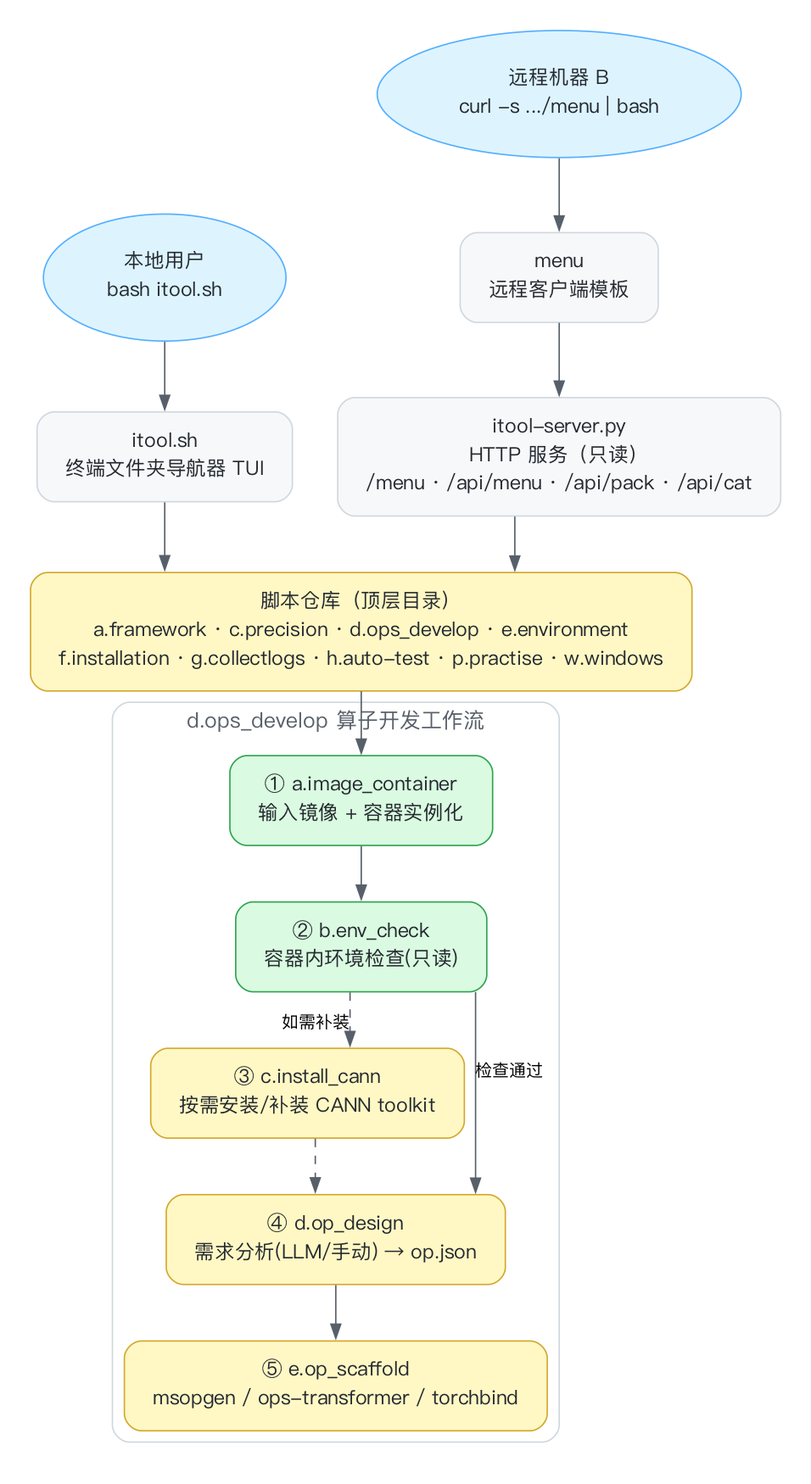
Above: docs/itool-flow.png in qqiushizi/itool (Graphviz), before the change. Its source is kept beside it as docs/itool-flow.dot.
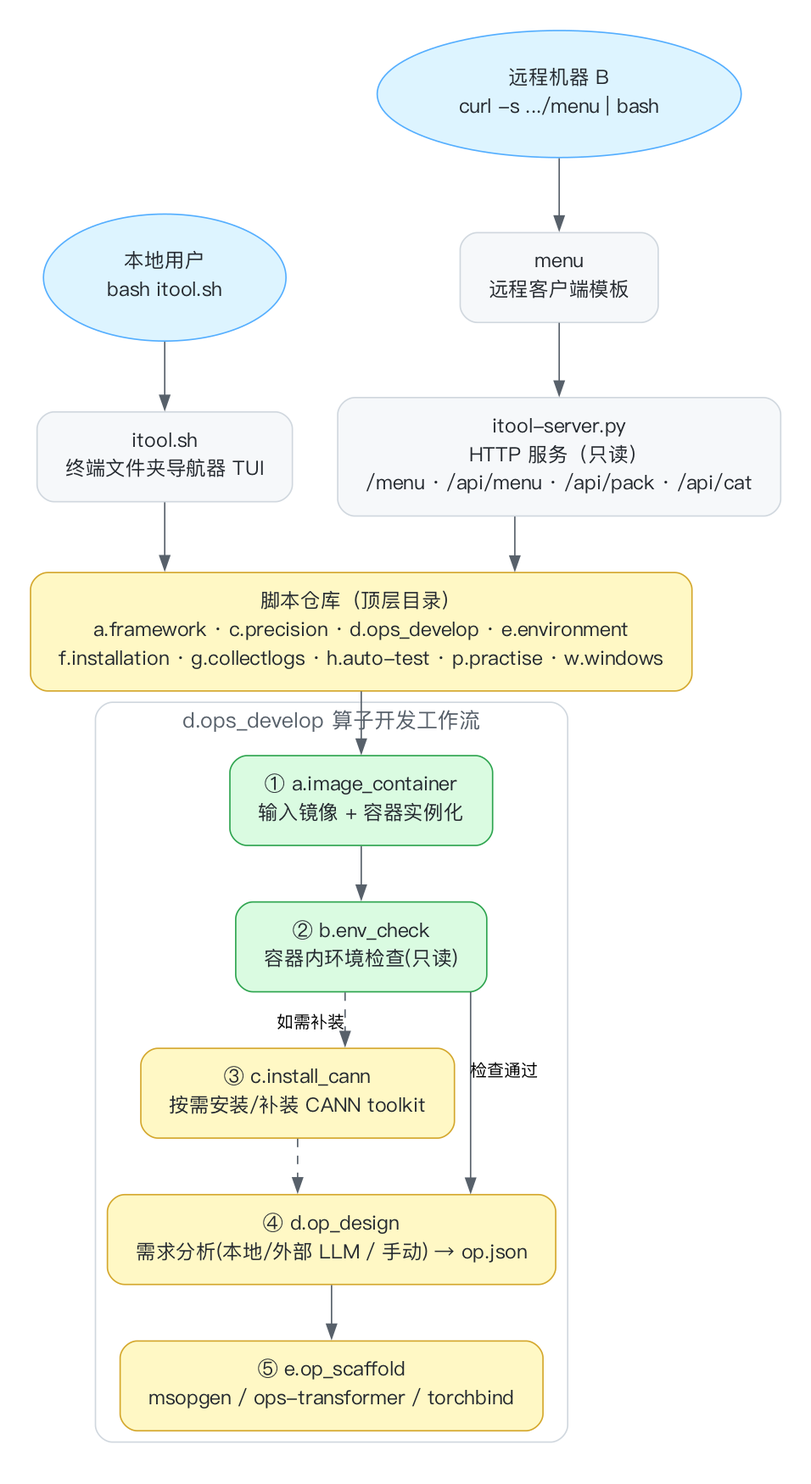
Above is the later version.

What changed in the source:
```diff
@@ -44,7 +44,7 @@
     S1 [label="① a.image_container\n输入镜像 + 容器实例化", fillcolor="#dafbe1", color="#2da44e"];
     S2 [label="② b.env_check\n容器内环境检查(只读)", fillcolor="#dafbe1", color="#2da44e"];
     S3 [label="③ c.install_cann\n按需安装/补装 CANN toolkit", fillcolor="#fff8c5", color="#d4a72c"];
-    S4 [label="④ d.op_design\n需求分析(LLM/手动) → op.json", fillcolor="#fff8c5", color="#d4a72c"];
+    S4 [label="④ d.op_design\n需求分析(本地/外部 LLM / 手动) → op.json", fillcolor="#fff8c5", color="#d4a72c"];
     S5 [label="⑤ e.op_scaffold\nmsopgen / ops-transformer / torchbind", fillcolor="#fff8c5", color="#d4a72c"];
   }
 
```
